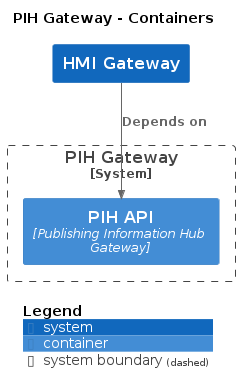
The PlantUML diagram docs/c4/pih_gateway/images/structurizr-pih_gateway-overview.png in hmcts/cnp-api-docs, before a commit.
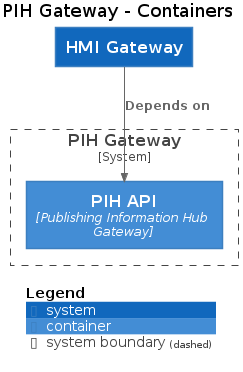
The same file after the commit.

What changed in the source:
```diff
@@ -3,17 +3,17 @@
 
 top to bottom direction
 
-!include https://raw.githubusercontent.com/plantuml-stdlib/C4-PlantUML/master/C4.puml
-!include https://raw.githubusercontent.com/plantuml-stdlib/C4-PlantUML/master/C4_Context.puml
-!include https://raw.githubusercontent.com/plantuml-stdlib/C4-PlantUML/master/C4_Container.puml
+!includeurl https://raw.githubusercontent.com/plantuml-stdlib/C4-PlantUML/master/C4.puml
+!includeurl https://raw.githubusercontent.com/plantuml-stdlib/C4-PlantUML/master/C4_Context.puml
+!includeurl https://raw.githubusercontent.com/plantuml-stdlib/C4-PlantUML/master/C4_Container.puml
 
-System(HMIGateway, "HMI Gateway", "", $tags="")
+System(HMIGateway, "HMI Gateway", "")
 
 System_Boundary("PIHGateway_boundary", "PIH Gateway") {
-  Container(PIHGateway.PIHAPI, "PIH API", "Publishing Information Hub Gateway", $tags="")
+  Container(PIHGateway.PIHAPI, "PIH API", "Publishing Information Hub Gateway")
 }
 
-Rel_D(HMIGateway, PIHGateway.PIHAPI, "Depends on", $tags="")
+Rel_D(HMIGateway, PIHGateway.PIHAPI, "Depends on")
 
 SHOW_DYNAMIC_LEGEND()
 @enduml
```
